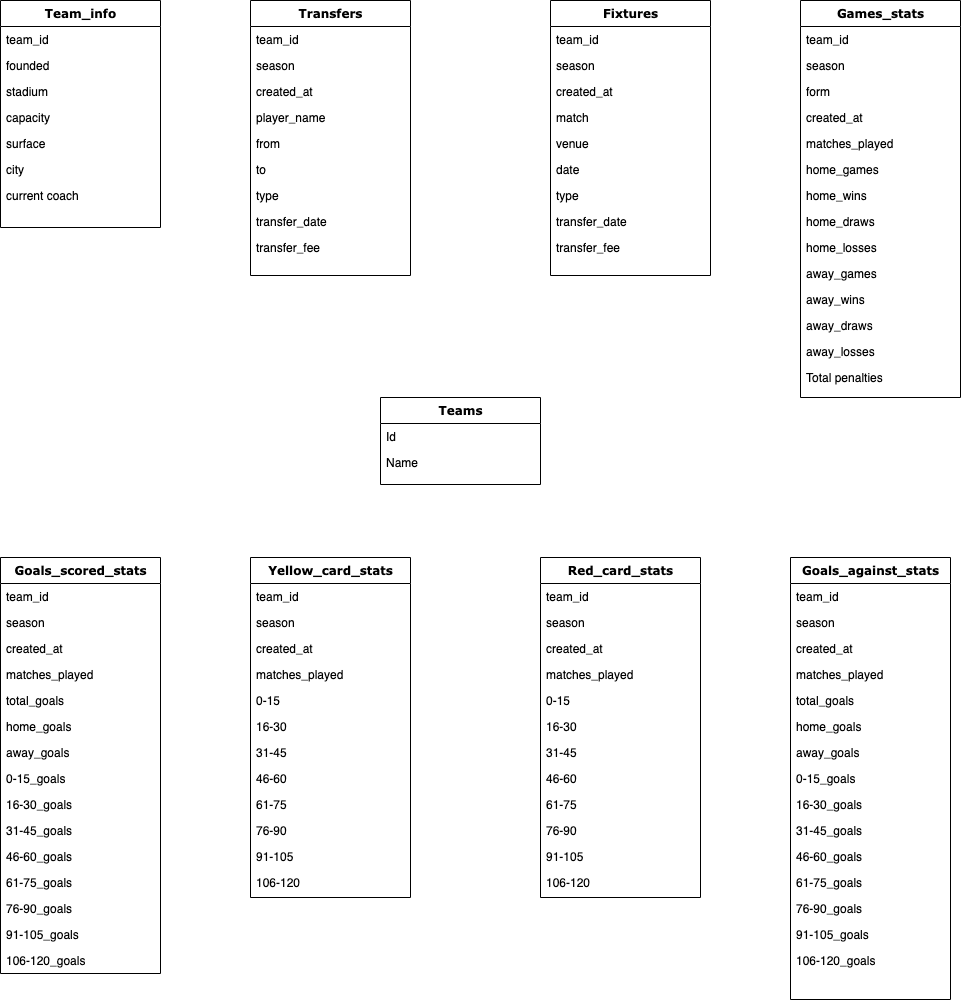
Before: model.png, a diagram exported from draw.io (Adedotun-Adepoju/football-stats-pipeline). Source tidied: cells renumbered, new cells last; positions are measured from the earlier drawing's top-left corner, leaving out a move shared by most shapes.
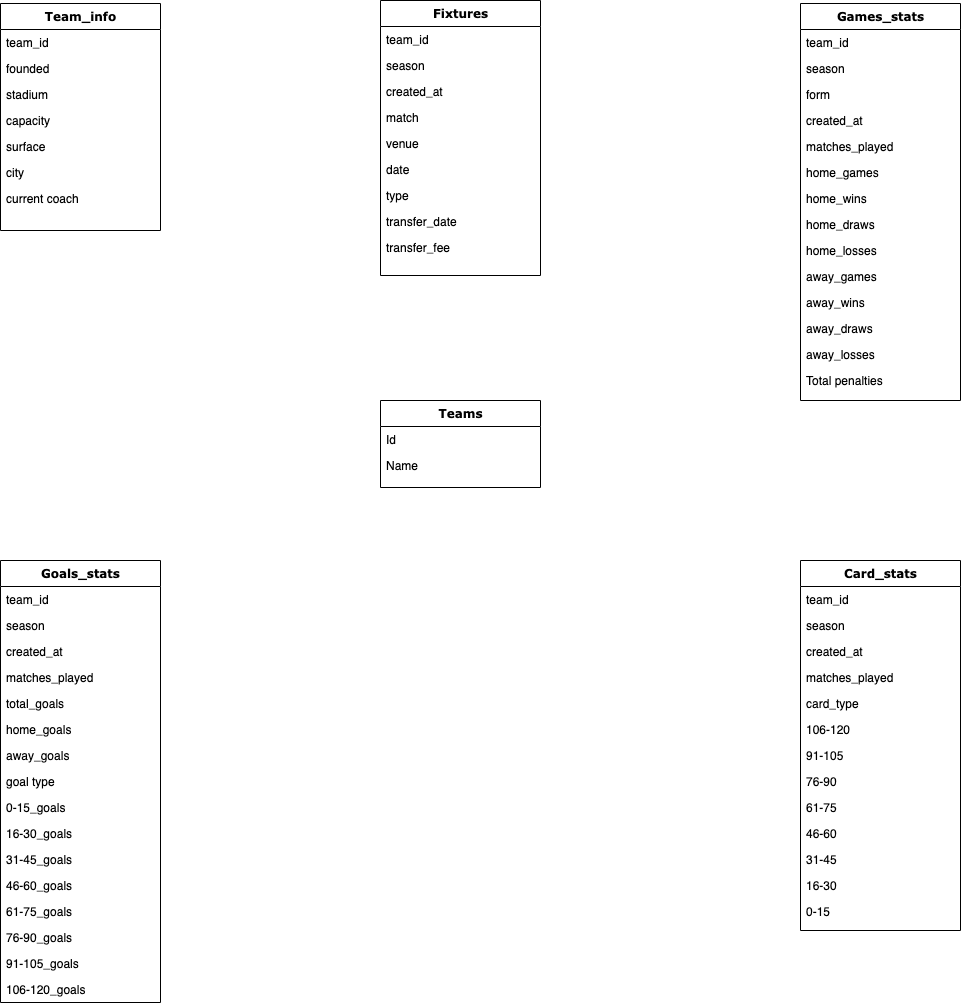
After the change.

Diff of the diagram source:
```diff
@@ -82,4 +82,4 @@
     </mxCell>
-    <mxCell id="28" value="Goals_scored_stats" style="swimlane;html=1;fontStyle=1;align=center;verticalAlign=top;horizontal=1;startSize=26;swimlaneFillColor=#ffffff;rounded=0;shadow=0;comic=0;labelBackgroundColor=none;strokeWidth=1;fillColor=none;fontFamily=Verdana;fontSize=12;" parent="1" vertex="1">
-      <mxGeometry y="557" width="160" height="416" as="geometry" />
+    <mxCell id="28" value="Goals_stats" style="swimlane;html=1;fontStyle=1;align=center;verticalAlign=top;horizontal=1;startSize=26;swimlaneFillColor=#ffffff;rounded=0;shadow=0;comic=0;labelBackgroundColor=none;strokeWidth=1;fillColor=none;fontFamily=Verdana;fontSize=12;" parent="1" vertex="1">
+      <mxGeometry y="557" width="160" height="442" as="geometry" />
     </mxCell>
@@ -106,76 +106,31 @@
     </mxCell>
+    <mxCell id="106" value="goal type" style="text;html=1;strokeColor=none;fillColor=none;align=left;verticalAlign=top;spacingLeft=4;spacingRight=4;whiteSpace=wrap;overflow=hidden;" parent="28" vertex="1">
+      <mxGeometry y="208" width="160" height="26" as="geometry" />
+    </mxCell>
     <mxCell id="36" value="0-15_goals" style="text;html=1;strokeColor=none;fillColor=none;align=left;verticalAlign=top;spacingLeft=4;spacingRight=4;whiteSpace=wrap;overflow=hidden;" parent="28" vertex="1">
-      <mxGeometry y="208" width="160" height="26" as="geometry" />
+      <mxGeometry y="234" width="160" height="26" as="geometry" />
     </mxCell>
     <mxCell id="37" value="16-30_goals" style="text;html=1;strokeColor=none;fillColor=none;align=left;verticalAlign=top;spacingLeft=4;spacingRight=4;whiteSpace=wrap;overflow=hidden;" parent="28" vertex="1">
-      <mxGeometry y="234" width="160" height="26" as="geometry" />
+      <mxGeometry y="260" width="160" height="26" as="geometry" />
     </mxCell>
     <mxCell id="38" value="31-45_goals" style="text;html=1;strokeColor=none;fillColor=none;align=left;verticalAlign=top;spacingLeft=4;spacingRight=4;whiteSpace=wrap;overflow=hidden;" parent="28" vertex="1">
-      <mxGeometry y="260" width="160" height="26" as="geometry" />
+      <mxGeometry y="286" width="160" height="26" as="geometry" />
     </mxCell>
     <mxCell id="39" value="46-60_goals" style="text;html=1;strokeColor=none;fillColor=none;align=left;verticalAlign=top;spacingLeft=4;spacingRight=4;whiteSpace=wrap;overflow=hidden;" parent="28" vertex="1">
-      <mxGeometry y="286" width="160" height="26" as="geometry" />
+      <mxGeometry y="312" width="160" height="26" as="geometry" />
     </mxCell>
     <mxCell id="40" value="61-75_goals" style="text;html=1;strokeColor=none;fillColor=none;align=left;verticalAlign=top;spacingLeft=4;spacingRight=4;whiteSpace=wrap;overflow=hidden;" parent="28" vertex="1">
-      <mxGeometry y="312" width="160" height="26" as="geometry" />
+      <mxGeometry y="338" width="160" height="26" as="geometry" />
     </mxCell>
     <mxCell id="41" value="76-90_goals" style="text;html=1;strokeColor=none;fillColor=none;align=left;verticalAlign=top;spacingLeft=4;spacingRight=4;whiteSpace=wrap;overflow=hidden;" parent="28" vertex="1">
-      <mxGeometry y="338" width="160" height="26" as="geometry" />
+      <mxGeometry y="364" width="160" height="26" as="geometry" />
     </mxCell>
     <mxCell id="42" value="91-105_goals" style="text;html=1;strokeColor=none;fillColor=none;align=left;verticalAlign=top;spacingLeft=4;spacingRight=4;whiteSpace=wrap;overflow=hidden;" parent="28" vertex="1">
-      <mxGeometry y="364" width="160" height="26" as="geometry" />
+      <mxGeometry y="390" width="160" height="26" as="geometry" />
     </mxCell>
     <mxCell id="43" value="106-120_goals" style="text;html=1;strokeColor=none;fillColor=none;align=left;verticalAlign=top;spacingLeft=4;spacingRight=4;whiteSpace=wrap;overflow=hidden;" parent="28" vertex="1">
-      <mxGeometry y="390" width="160" height="26" as="geometry" />
+      <mxGeometry y="416" width="160" height="26" as="geometry" />
     </mxCell>
-    <mxCell id="44" value="Goals_against_stats" style="swimlane;html=1;fontStyle=1;align=center;verticalAlign=top;horizontal=1;startSize=26;swimlaneFillColor=#ffffff;rounded=0;shadow=0;comic=0;labelBackgroundColor=none;strokeWidth=1;fillColor=none;fontFamily=Verdana;fontSize=12;" parent="1" vertex="1">
-      <mxGeometry x="790" y="557" width="160" height="442" as="geometry" />
-    </mxCell>
-    <mxCell id="45" value="team_id" style="text;html=1;strokeColor=none;fillColor=none;align=left;verticalAlign=top;spacingLeft=4;spacingRight=4;whiteSpace=wrap;overflow=hidden;" parent="44" vertex="1">
-      <mxGeometry y="26" width="160" height="26" as="geometry" />
-    </mxCell>
-    <mxCell id="46" value="season" style="text;html=1;strokeColor=none;fillColor=none;align=left;verticalAlign=top;spacingLeft=4;spacingRight=4;whiteSpace=wrap;overflow=hidden;" parent="44" vertex="1">
-      <mxGeometry y="52" width="160" height="26" as="geometry" />
-    </mxCell>
-    <mxCell id="47" value="created_at" style="text;html=1;strokeColor=none;fillColor=none;align=left;verticalAlign=top;spacingLeft=4;spacingRight=4;whiteSpace=wrap;overflow=hidden;" parent="44" vertex="1">
-      <mxGeometry y="78" width="160" height="26" as="geometry" />
-    </mxCell>
-    <mxCell id="48" value="matches_played" style="text;html=1;strokeColor=none;fillColor=none;align=left;verticalAlign=top;spacingLeft=4;spacingRight=4;whiteSpace=wrap;overflow=hidden;" parent="44" vertex="1">
-      <mxGeometry y="104" width="160" height="26" as="geometry" />
-    </mxCell>
-    <mxCell id="49" value="total_goals" style="text;html=1;strokeColor=none;fillColor=none;align=left;verticalAlign=top;spacingLeft=4;spacingRight=4;whiteSpace=wrap;overflow=hidden;" parent="44" vertex="1">
-      <mxGeometry y="130" width="160" height="26" as="geometry" />
-    </mxCell>
-    <mxCell id="50" value="home_goals" style="text;html=1;strokeColor=none;fillColor=none;align=left;verticalAlign=top;spacingLeft=4;spacingRight=4;whiteSpace=wrap;overflow=hidden;" parent="44" vertex="1">
-      <mxGeometry y="156" width="160" height="26" as="geometry" />
-    </mxCell>
-    <mxCell id="51" value="away_goals" style="text;html=1;strokeColor=none;fillColor=none;align=left;verticalAlign=top;spacingLeft=4;spacingRight=4;whiteSpace=wrap;overflow=hidden;" parent="44" vertex="1">
-      <mxGeometry y="182" width="160" height="26" as="geometry" />
-    </mxCell>
-    <mxCell id="52" value="0-15_goals" style="text;html=1;strokeColor=none;fillColor=none;align=left;verticalAlign=top;spacingLeft=4;spacingRight=4;whiteSpace=wrap;overflow=hidden;" parent="44" vertex="1">
-      <mxGeometry y="208" width="160" height="26" as="geometry" />
-    </mxCell>
-    <mxCell id="53" value="16-30_goals" style="text;html=1;strokeColor=none;fillColor=none;align=left;verticalAlign=top;spacingLeft=4;spacingRight=4;whiteSpace=wrap;overflow=hidden;" parent="44" vertex="1">
-      <mxGeometry y="234" width="160" height="26" as="geometry" />
-    </mxCell>
-    <mxCell id="54" value="31-45_goals" style="text;html=1;strokeColor=none;fillColor=none;align=left;verticalAlign=top;spacingLeft=4;spacingRight=4;whiteSpace=wrap;overflow=hidden;" parent="44" vertex="1">
-      <mxGeometry y="260" width="160" height="26" as="geometry" />
-    </mxCell>
-    <mxCell id="55" value="46-60_goals" style="text;html=1;strokeColor=none;fillColor=none;align=left;verticalAlign=top;spacingLeft=4;spacingRight=4;whiteSpace=wrap;overflow=hidden;" parent="44" vertex="1">
-      <mxGeometry y="286" width="160" height="26" as="geometry" />
-    </mxCell>
-    <mxCell id="56" value="61-75_goals" style="text;html=1;strokeColor=none;fillColor=none;align=left;verticalAlign=top;spacingLeft=4;spacingRight=4;whiteSpace=wrap;overflow=hidden;" parent="44" vertex="1">
-      <mxGeometry y="312" width="160" height="26" as="geometry" />
-    </mxCell>
-    <mxCell id="57" value="76-90_goals" style="text;html=1;strokeColor=none;fillColor=none;align=left;verticalAlign=top;spacingLeft=4;spacingRight=4;whiteSpace=wrap;overflow=hidden;" parent="44" vertex="1">
-      <mxGeometry y="338" width="160" height="26" as="geometry" />
-    </mxCell>
-    <mxCell id="58" value="91-105_goals" style="text;html=1;strokeColor=none;fillColor=none;align=left;verticalAlign=top;spacingLeft=4;spacingRight=4;whiteSpace=wrap;overflow=hidden;" parent="44" vertex="1">
-      <mxGeometry y="364" width="160" height="26" as="geometry" />
-    </mxCell>
-    <mxCell id="59" value="106-120_goals" style="text;html=1;strokeColor=none;fillColor=none;align=left;verticalAlign=top;spacingLeft=4;spacingRight=4;whiteSpace=wrap;overflow=hidden;" parent="44" vertex="1">
-      <mxGeometry y="390" width="160" height="26" as="geometry" />
-    </mxCell>
-    <mxCell id="60" value="Yellow_card_stats" style="swimlane;html=1;fontStyle=1;align=center;verticalAlign=top;horizontal=1;startSize=26;swimlaneFillColor=#ffffff;rounded=0;shadow=0;comic=0;labelBackgroundColor=none;strokeWidth=1;fillColor=none;fontFamily=Verdana;fontSize=12;" parent="1" vertex="1">
-      <mxGeometry x="250" y="557" width="160" height="340" as="geometry" />
+    <mxCell id="60" value="Card_stats" style="swimlane;html=1;fontStyle=1;align=center;verticalAlign=top;horizontal=1;startSize=26;swimlaneFillColor=#ffffff;rounded=0;shadow=0;comic=0;labelBackgroundColor=none;strokeWidth=1;fillColor=none;fontFamily=Verdana;fontSize=12;" parent="1" vertex="1">
+      <mxGeometry x="800" y="557" width="160" height="370" as="geometry" />
     </mxCell>
@@ -193,97 +148,31 @@
     </mxCell>
+    <mxCell id="107" value="card_type" style="text;html=1;strokeColor=none;fillColor=none;align=left;verticalAlign=top;spacingLeft=4;spacingRight=4;whiteSpace=wrap;overflow=hidden;" parent="60" vertex="1">
+      <mxGeometry y="130" width="160" height="26" as="geometry" />
+    </mxCell>
+    <mxCell id="72" value="106-120" style="text;html=1;strokeColor=none;fillColor=none;align=left;verticalAlign=top;spacingLeft=4;spacingRight=4;whiteSpace=wrap;overflow=hidden;" parent="60" vertex="1">
+      <mxGeometry y="156" width="160" height="26" as="geometry" />
+    </mxCell>
+    <mxCell id="71" value="91-105" style="text;html=1;strokeColor=none;fillColor=none;align=left;verticalAlign=top;spacingLeft=4;spacingRight=4;whiteSpace=wrap;overflow=hidden;" parent="60" vertex="1">
+      <mxGeometry y="182" width="160" height="26" as="geometry" />
+    </mxCell>
+    <mxCell id="70" value="76-90" style="text;html=1;strokeColor=none;fillColor=none;align=left;verticalAlign=top;spacingLeft=4;spacingRight=4;whiteSpace=wrap;overflow=hidden;" parent="60" vertex="1">
+      <mxGeometry y="208" width="160" height="26" as="geometry" />
+    </mxCell>
+    <mxCell id="69" value="61-75" style="text;html=1;strokeColor=none;fillColor=none;align=left;verticalAlign=top;spacingLeft=4;spacingRight=4;whiteSpace=wrap;overflow=hidden;" parent="60" vertex="1">
+      <mxGeometry y="234" width="160" height="26" as="geometry" />
+    </mxCell>
+    <mxCell id="68" value="46-60" style="text;html=1;strokeColor=none;fillColor=none;align=left;verticalAlign=top;spacingLeft=4;spacingRight=4;whiteSpace=wrap;overflow=hidden;" parent="60" vertex="1">
+      <mxGeometry y="260" width="160" height="26" as="geometry" />
+    </mxCell>
+    <mxCell id="67" value="31-45" style="text;html=1;strokeColor=none;fillColor=none;align=left;verticalAlign=top;spacingLeft=4;spacingRight=4;whiteSpace=wrap;overflow=hidden;" parent="60" vertex="1">
+      <mxGeometry y="286" width="160" height="26" as="geometry" />
+    </mxCell>
+    <mxCell id="66" value="16-30" style="text;html=1;strokeColor=none;fillColor=none;align=left;verticalAlign=top;spacingLeft=4;spacingRight=4;whiteSpace=wrap;overflow=hidden;" parent="60" vertex="1">
+      <mxGeometry y="312" width="160" height="26" as="geometry" />
+    </mxCell>
     <mxCell id="65" value="0-15&lt;br&gt;" style="text;html=1;strokeColor=none;fillColor=none;align=left;verticalAlign=top;spacingLeft=4;spacingRight=4;whiteSpace=wrap;overflow=hidden;" parent="60" vertex="1">
-      <mxGeometry y="130" width="160" height="26" as="geometry" />
+      <mxGeometry y="338" width="160" height="26" as="geometry" />
     </mxCell>
-    <mxCell id="66" value="16-30" style="text;html=1;strokeColor=none;fillColor=none;align=left;verticalAlign=top;spacingLeft=4;spacingRight=4;whiteSpace=wrap;overflow=hidden;" parent="60" vertex="1">
-      <mxGeometry y="156" width="160" height="26" as="geometry" />
-    </mxCell>
-    <mxCell id="67" value="31-45" style="text;html=1;strokeColor=none;fillColor=none;align=left;verticalAlign=top;spacingLeft=4;spacingRight=4;whiteSpace=wrap;overflow=hidden;" parent="60" vertex="1">
-      <mxGeometry y="182" width="160" height="26" as="geometry" />
-    </mxCell>
-    <mxCell id="68" value="46-60" style="text;html=1;strokeColor=none;fillColor=none;align=left;verticalAlign=top;spacingLeft=4;spacingRight=4;whiteSpace=wrap;overflow=hidden;" parent="60" vertex="1">
-      <mxGeometry y="208" width="160" height="26" as="geometry" />
-    </mxCell>
-    <mxCell id="69" value="61-75" style="text;html=1;strokeColor=none;fillColor=none;align=left;verticalAlign=top;spacingLeft=4;spacingRight=4;whiteSpace=wrap;overflow=hidden;" parent="60" vertex="1">
-      <mxGeometry y="234" width="160" height="26" as="geometry" />
-    </mxCell>
-    <mxCell id="70" value="76-90" style="text;html=1;strokeColor=none;fillColor=none;align=left;verticalAlign=top;spacingLeft=4;spacingRight=4;whiteSpace=wrap;overflow=hidden;" parent="60" vertex="1">
-      <mxGeometry y="260" width="160" height="26" as="geometry" />
-    </mxCell>
-    <mxCell id="71" value="91-105" style="text;html=1;strokeColor=none;fillColor=none;align=left;verticalAlign=top;spacingLeft=4;spacingRight=4;whiteSpace=wrap;overflow=hidden;" parent="60" vertex="1">
-      <mxGeometry y="286" width="160" height="26" as="geometry" />
-    </mxCell>
-    <mxCell id="72" value="106-120" style="text;html=1;strokeColor=none;fillColor=none;align=left;verticalAlign=top;spacingLeft=4;spacingRight=4;whiteSpace=wrap;overflow=hidden;" parent="60" vertex="1">
-      <mxGeometry y="312" width="160" height="26" as="geometry" />
-    </mxCell>
-    <mxCell id="73" value="Red_card_stats" style="swimlane;html=1;fontStyle=1;align=center;verticalAlign=top;horizontal=1;startSize=26;swimlaneFillColor=#ffffff;rounded=0;shadow=0;comic=0;labelBackgroundColor=none;strokeWidth=1;fillColor=none;fontFamily=Verdana;fontSize=12;" parent="1" vertex="1">
-      <mxGeometry x="540" y="557" width="160" height="340" as="geometry" />
-    </mxCell>
-    <mxCell id="74" value="team_id" style="text;html=1;strokeColor=none;fillColor=none;align=left;verticalAlign=top;spacingLeft=4;spacingRight=4;whiteSpace=wrap;overflow=hidden;" parent="73" vertex="1">
-      <mxGeometry y="26" width="160" height="26" as="geometry" />
-    </mxCell>
-    <mxCell id="75" value="season" style="text;html=1;strokeColor=none;fillColor=none;align=left;verticalAlign=top;spacingLeft=4;spacingRight=4;whiteSpace=wrap;overflow=hidden;" parent="73" vertex="1">
-      <mxGeometry y="52" width="160" height="26" as="geometry" />
-    </mxCell>
-    <mxCell id="76" value="created_at" style="text;html=1;strokeColor=none;fillColor=none;align=left;verticalAlign=top;spacingLeft=4;spacingRight=4;whiteSpace=wrap;overflow=hidden;" parent="73" vertex="1">
-      <mxGeometry y="78" width="160" height="26" as="geometry" />
-    </mxCell>
-    <mxCell id="77" value="matches_played" style="text;html=1;strokeColor=none;fillColor=none;align=left;verticalAlign=top;spacingLeft=4;spacingRight=4;whiteSpace=wrap;overflow=hidden;" parent="73" vertex="1">
-      <mxGeometry y="104" width="160" height="26" as="geometry" />
-    </mxCell>
-    <mxCell id="78" value="0-15&lt;br&gt;" style="text;html=1;strokeColor=none;fillColor=none;align=left;verticalAlign=top;spacingLeft=4;spacingRight=4;whiteSpace=wrap;overflow=hidden;" parent="73" vertex="1">
-      <mxGeometry y="130" width="160" height="26" as="geometry" />
-    </mxCell>
-    <mxCell id="79" value="16-30" style="text;html=1;strokeColor=none;fillColor=none;align=left;verticalAlign=top;spacingLeft=4;spacingRight=4;whiteSpace=wrap;overflow=hidden;" parent="73" vertex="1">
-      <mxGeometry y="156" width="160" height="26" as="geometry" />
-    </mxCell>
-    <mxCell id="80" value="31-45" style="text;html=1;strokeColor=none;fillColor=none;align=left;verticalAlign=top;spacingLeft=4;spacingRight=4;whiteSpace=wrap;overflow=hidden;" parent="73" vertex="1">
-      <mxGeometry y="182" width="160" height="26" as="geometry" />
-    </mxCell>
-    <mxCell id="81" value="46-60" style="text;html=1;strokeColor=none;fillColor=none;align=left;verticalAlign=top;spacingLeft=4;spacingRight=4;whiteSpace=wrap;overflow=hidden;" parent="73" vertex="1">
-      <mxGeometry y="208" width="160" height="26" as="geometry" />
-    </mxCell>
-    <mxCell id="82" value="61-75" style="text;html=1;strokeColor=none;fillColor=none;align=left;verticalAlign=top;spacingLeft=4;spacingRight=4;whiteSpace=wrap;overflow=hidden;" parent="73" vertex="1">
-      <mxGeometry y="234" width="160" height="26" as="geometry" />
-    </mxCell>
-    <mxCell id="83" value="76-90" style="text;html=1;strokeColor=none;fillColor=none;align=left;verticalAlign=top;spacingLeft=4;spacingRight=4;whiteSpace=wrap;overflow=hidden;" parent="73" vertex="1">
-      <mxGeometry y="260" width="160" height="26" as="geometry" />
-    </mxCell>
-    <mxCell id="84" value="91-105" style="text;html=1;strokeColor=none;fillColor=none;align=left;verticalAlign=top;spacingLeft=4;spacingRight=4;whiteSpace=wrap;overflow=hidden;" parent="73" vertex="1">
-      <mxGeometry y="286" width="160" height="26" as="geometry" />
-    </mxCell>
-    <mxCell id="85" value="106-120" style="text;html=1;strokeColor=none;fillColor=none;align=left;verticalAlign=top;spacingLeft=4;spacingRight=4;whiteSpace=wrap;overflow=hidden;" parent="73" vertex="1">
-      <mxGeometry y="312" width="160" height="26" as="geometry" />
-    </mxCell>
-    <mxCell id="86" value="Transfers" style="swimlane;html=1;fontStyle=1;align=center;verticalAlign=top;horizontal=1;startSize=26;swimlaneFillColor=#ffffff;rounded=0;shadow=0;comic=0;labelBackgroundColor=none;strokeWidth=1;fillColor=none;fontFamily=Verdana;fontSize=12;" parent="1" vertex="1">
-      <mxGeometry x="250" width="160" height="275" as="geometry" />
-    </mxCell>
-    <mxCell id="87" value="team_id" style="text;html=1;strokeColor=none;fillColor=none;align=left;verticalAlign=top;spacingLeft=4;spacingRight=4;whiteSpace=wrap;overflow=hidden;" parent="86" vertex="1">
-      <mxGeometry y="26" width="160" height="26" as="geometry" />
-    </mxCell>
-    <mxCell id="88" value="season" style="text;html=1;strokeColor=none;fillColor=none;align=left;verticalAlign=top;spacingLeft=4;spacingRight=4;whiteSpace=wrap;overflow=hidden;" parent="86" vertex="1">
-      <mxGeometry y="52" width="160" height="26" as="geometry" />
-    </mxCell>
-    <mxCell id="89" value="created_at" style="text;html=1;strokeColor=none;fillColor=none;align=left;verticalAlign=top;spacingLeft=4;spacingRight=4;whiteSpace=wrap;overflow=hidden;" parent="86" vertex="1">
-      <mxGeometry y="78" width="160" height="26" as="geometry" />
-    </mxCell>
-    <mxCell id="90" value="player_name" style="text;html=1;strokeColor=none;fillColor=none;align=left;verticalAlign=top;spacingLeft=4;spacingRight=4;whiteSpace=wrap;overflow=hidden;" parent="86" vertex="1">
-      <mxGeometry y="104" width="160" height="26" as="geometry" />
-    </mxCell>
-    <mxCell id="91" value="from" style="text;html=1;strokeColor=none;fillColor=none;align=left;verticalAlign=top;spacingLeft=4;spacingRight=4;whiteSpace=wrap;overflow=hidden;" parent="86" vertex="1">
-      <mxGeometry y="130" width="160" height="26" as="geometry" />
-    </mxCell>
-    <mxCell id="92" value="to" style="text;html=1;strokeColor=none;fillColor=none;align=left;verticalAlign=top;spacingLeft=4;spacingRight=4;whiteSpace=wrap;overflow=hidden;" parent="86" vertex="1">
-      <mxGeometry y="156" width="160" height="26" as="geometry" />
-    </mxCell>
-    <mxCell id="93" value="type&lt;br&gt;" style="text;html=1;strokeColor=none;fillColor=none;align=left;verticalAlign=top;spacingLeft=4;spacingRight=4;whiteSpace=wrap;overflow=hidden;" parent="86" vertex="1">
-      <mxGeometry y="182" width="160" height="26" as="geometry" />
-    </mxCell>
-    <mxCell id="94" value="transfer_date" style="text;html=1;strokeColor=none;fillColor=none;align=left;verticalAlign=top;spacingLeft=4;spacingRight=4;whiteSpace=wrap;overflow=hidden;" parent="86" vertex="1">
-      <mxGeometry y="208" width="160" height="26" as="geometry" />
-    </mxCell>
-    <mxCell id="95" value="transfer_fee" style="text;html=1;strokeColor=none;fillColor=none;align=left;verticalAlign=top;spacingLeft=4;spacingRight=4;whiteSpace=wrap;overflow=hidden;" parent="86" vertex="1">
-      <mxGeometry y="234" width="160" height="26" as="geometry" />
-    </mxCell>
     <mxCell id="96" value="Fixtures" style="swimlane;html=1;fontStyle=1;align=center;verticalAlign=top;horizontal=1;startSize=26;swimlaneFillColor=#ffffff;rounded=0;shadow=0;comic=0;labelBackgroundColor=none;strokeWidth=1;fillColor=none;fontFamily=Verdana;fontSize=12;" parent="1" vertex="1">
-      <mxGeometry x="550" width="160" height="275" as="geometry" />
+      <mxGeometry x="380" y="-3" width="160" height="275" as="geometry" />
     </mxCell>
```
